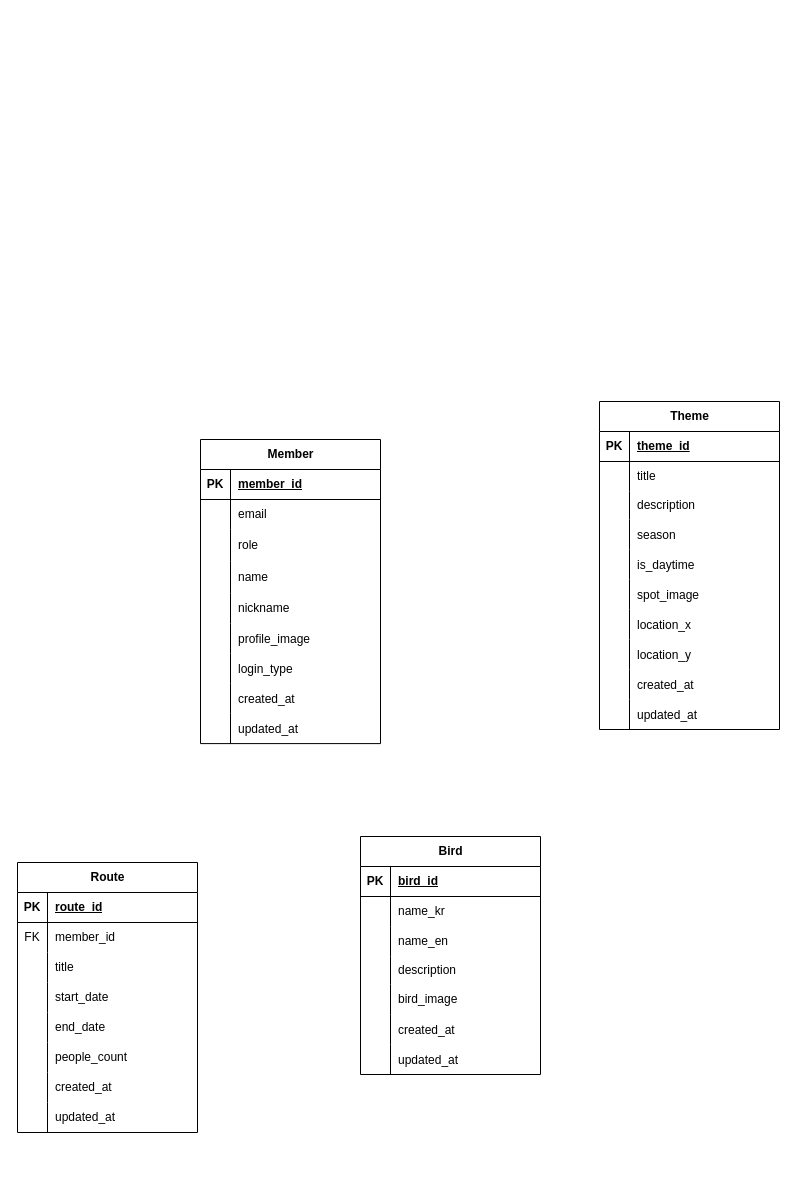
The draw.io diagram ShowingERD.drawio in 2025-Tourism-Data-Utilization-Contest/ERD, before the edit. Source tidied: cells renumbered, new cells numbered last; positions are measured from the earlier drawing's top-left corner, leaving out a move shared by most shapes. Both pictures are drawn from the tidied source at 100%, with x=0, y=0 at pixel (17, 401).
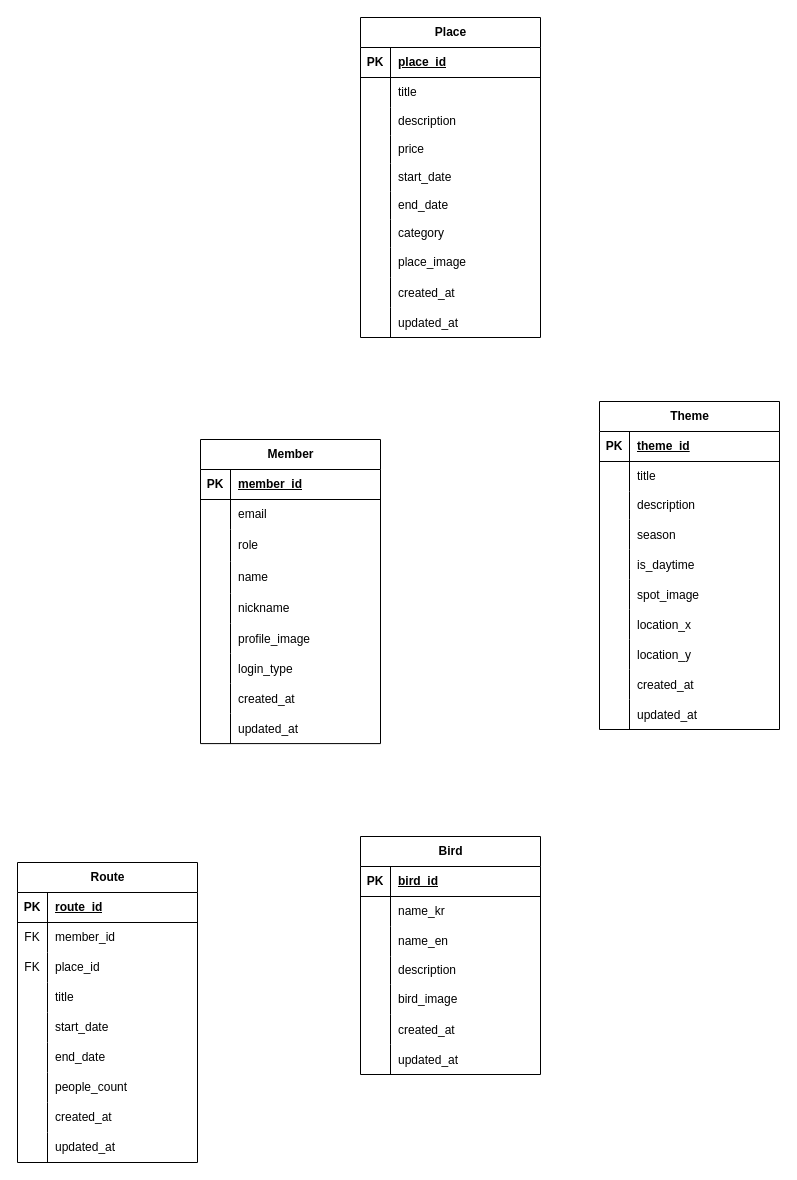
Above is the later version.

Commit message:
docs: 장소 테이블(Place) 추가

Change to the diagram source:
```diff
@@
     <mxCell id="55" value="Route" style="shape=table;startSize=30;childLayout=tableLayout;rowLines=0;fontStyle=1;align=center;html=1;" parent="1" vertex="1">
-      <mxGeometry y="461" width="180" height="270" as="geometry" />
+      <mxGeometry y="461" width="180" height="300" as="geometry" />
     </mxCell>
@@
+    <mxCell id="108" style="shape=tableRow;horizontal=0;startSize=0;swimlaneHead=0;swimlaneBody=0;fillColor=none;top=0;left=0;right=0;bottom=0;" parent="55" vertex="1">
+      <mxGeometry y="90" width="180" height="30" as="geometry" />
+    </mxCell>
+    <mxCell id="109" value="FK" style="shape=partialRectangle;fillColor=none;top=0;left=0;bottom=0;right=0;overflow=hidden;whiteSpace=wrap;html=1;" parent="108" vertex="1">
+      <mxGeometry width="30" height="30" as="geometry" />
+    </mxCell>
+    <mxCell id="110" value="place_id" style="shape=partialRectangle;fillColor=none;top=0;left=0;bottom=0;right=0;align=left;spacingLeft=6;overflow=hidden;whiteSpace=wrap;html=1;" parent="108" vertex="1">
+      <mxGeometry x="30" width="150" height="30" as="geometry" />
+    </mxCell>
     <mxCell id="62" style="shape=tableRow;horizontal=0;startSize=0;swimlaneHead=0;swimlaneBody=0;fillColor=none;top=0;left=0;right=0;bottom=0;" parent="55" vertex="1">
-      <mxGeometry y="90" width="180" height="30" as="geometry" />
+      <mxGeometry y="120" width="180" height="30" as="geometry" />
     </mxCell>
@@
     <mxCell id="65" style="shape=tableRow;horizontal=0;startSize=0;swimlaneHead=0;swimlaneBody=0;fillColor=none;top=0;left=0;right=0;bottom=0;" parent="55" vertex="1">
-      <mxGeometry y="120" width="180" height="30" as="geometry" />
+      <mxGeometry y="150" width="180" height="30" as="geometry" />
     </mxCell>
@@
     <mxCell id="68" style="shape=tableRow;horizontal=0;startSize=0;swimlaneHead=0;swimlaneBody=0;fillColor=none;top=0;left=0;right=0;bottom=0;" parent="55" vertex="1">
-      <mxGeometry y="150" width="180" height="30" as="geometry" />
+      <mxGeometry y="180" width="180" height="30" as="geometry" />
     </mxCell>
@@
     <mxCell id="71" style="shape=tableRow;horizontal=0;startSize=0;swimlaneHead=0;swimlaneBody=0;fillColor=none;top=0;left=0;right=0;bottom=0;" parent="55" vertex="1">
-      <mxGeometry y="180" width="180" height="30" as="geometry" />
+      <mxGeometry y="210" width="180" height="30" as="geometry" />
     </mxCell>
@@
     <mxCell id="74" style="shape=tableRow;horizontal=0;startSize=0;swimlaneHead=0;swimlaneBody=0;fillColor=none;top=0;left=0;right=0;bottom=0;" parent="55" vertex="1">
-      <mxGeometry y="210" width="180" height="30" as="geometry" />
+      <mxGeometry y="240" width="180" height="30" as="geometry" />
     </mxCell>
@@
     <mxCell id="77" style="shape=tableRow;horizontal=0;startSize=0;swimlaneHead=0;swimlaneBody=0;fillColor=none;top=0;left=0;right=0;bottom=0;" parent="55" vertex="1">
-      <mxGeometry y="240" width="180" height="30" as="geometry" />
+      <mxGeometry y="270" width="180" height="30" as="geometry" />
     </mxCell>
@@
+    <mxCell id="111" value="Place" style="shape=table;startSize=30;childLayout=tableLayout;rowLines=0;fontStyle=1;align=center;html=1;" parent="1" vertex="1">
+      <mxGeometry x="343" y="-384" width="180" height="320" as="geometry" />
+    </mxCell>
+    <mxCell id="112" style="shape=tableRow;horizontal=0;startSize=0;swimlaneHead=0;swimlaneBody=0;fillColor=none;top=0;left=0;right=0;bottom=1;" parent="111" vertex="1">
+      <mxGeometry y="30" width="180" height="30" as="geometry" />
+    </mxCell>
+    <mxCell id="113" value="PK" style="shape=partialRectangle;fillColor=none;top=0;left=0;bottom=0;right=0;fontStyle=1;overflow=hidden;whiteSpace=wrap;html=1;" parent="112" vertex="1">
+      <mxGeometry width="30" height="30" as="geometry" />
+    </mxCell>
+    <mxCell id="114" value="place_id" style="shape=partialRectangle;fillColor=none;top=0;left=0;bottom=0;right=0;align=left;spacingLeft=6;fontStyle=5;overflow=hidden;whiteSpace=wrap;html=1;" parent="112" vertex="1">
+      <mxGeometry x="30" width="150" height="30" as="geometry" />
+    </mxCell>
+    <mxCell id="115" style="shape=tableRow;horizontal=0;startSize=0;swimlaneHead=0;swimlaneBody=0;fillColor=none;top=0;left=0;right=0;bottom=0;" parent="111" vertex="1">
+      <mxGeometry y="60" width="180" height="30" as="geometry" />
+    </mxCell>
+    <mxCell id="116" style="shape=partialRectangle;fillColor=none;top=0;left=0;bottom=0;right=0;overflow=hidden;whiteSpace=wrap;html=1;" parent="115" vertex="1">
+      <mxGeometry width="30" height="30" as="geometry" />
+    </mxCell>
+    <mxCell id="117" value="title" style="shape=partialRectangle;fillColor=none;top=0;left=0;bottom=0;right=0;align=left;spacingLeft=6;overflow=hidden;whiteSpace=wrap;html=1;" parent="115" vertex="1">
+      <mxGeometry x="30" width="150" height="30" as="geometry" />
+    </mxCell>
+    <mxCell id="118" style="shape=tableRow;horizontal=0;startSize=0;swimlaneHead=0;swimlaneBody=0;fillColor=none;top=0;left=0;right=0;bottom=0;" parent="111" vertex="1">
+      <mxGeometry y="90" width="180" height="28" as="geometry" />
+    </mxCell>
+    <mxCell id="119" style="shape=partialRectangle;fillColor=none;top=0;left=0;bottom=0;right=0;overflow=hidden;whiteSpace=wrap;html=1;" parent="118" vertex="1">
+      <mxGeometry width="30" height="28" as="geometry" />
+    </mxCell>
+    <mxCell id="120" value="description" style="shape=partialRectangle;fillColor=none;top=0;left=0;bottom=0;right=0;align=left;spacingLeft=6;overflow=hidden;whiteSpace=wrap;html=1;" parent="118" vertex="1">
+      <mxGeometry x="30" width="150" height="28" as="geometry" />
+    </mxCell>
+    <mxCell id="121" style="shape=tableRow;horizontal=0;startSize=0;swimlaneHead=0;swimlaneBody=0;fillColor=none;top=0;left=0;right=0;bottom=0;" parent="111" vertex="1">
+      <mxGeometry y="118" width="180" height="28" as="geometry" />
+    </mxCell>
+    <mxCell id="122" style="shape=partialRectangle;fillColor=none;top=0;left=0;bottom=0;right=0;overflow=hidden;whiteSpace=wrap;html=1;" parent="121" vertex="1">
+      <mxGeometry width="30" height="28" as="geometry" />
+    </mxCell>
+    <mxCell id="123" value="price" style="shape=partialRectangle;fillColor=none;top=0;left=0;bottom=0;right=0;align=left;spacingLeft=6;overflow=hidden;whiteSpace=wrap;html=1;" parent="121" vertex="1">
+      <mxGeometry x="30" width="150" height="28" as="geometry" />
+    </mxCell>
+    <mxCell id="124" style="shape=tableRow;horizontal=0;startSize=0;swimlaneHead=0;swimlaneBody=0;fillColor=none;top=0;left=0;right=0;bottom=0;" parent="111" vertex="1">
+      <mxGeometry y="146" width="180" height="28" as="geometry" />
+    </mxCell>
+    <mxCell id="125" style="shape=partialRectangle;fillColor=none;top=0;left=0;bottom=0;right=0;overflow=hidden;whiteSpace=wrap;html=1;" parent="124" vertex="1">
+      <mxGeometry width="30" height="28" as="geometry" />
+    </mxCell>
+    <mxCell id="126" value="start_date" style="shape=partialRectangle;fillColor=none;top=0;left=0;bottom=0;right=0;align=left;spacingLeft=6;overflow=hidden;whiteSpace=wrap;html=1;" parent="124" vertex="1">
+      <mxGeometry x="30" width="150" height="28" as="geometry" />
+    </mxCell>
+    <mxCell id="127" style="shape=tableRow;horizontal=0;startSize=0;swimlaneHead=0;swimlaneBody=0;fillColor=none;top=0;left=0;right=0;bottom=0;" parent="111" vertex="1">
+      <mxGeometry y="174" width="180" height="28" as="geometry" />
+    </mxCell>
+    <mxCell id="128" style="shape=partialRectangle;fillColor=none;top=0;left=0;bottom=0;right=0;overflow=hidden;whiteSpace=wrap;html=1;" parent="127" vertex="1">
+      <mxGeometry width="30" height="28" as="geometry" />
+    </mxCell>
+    <mxCell id="129" value="end_date" style="shape=partialRectangle;fillColor=none;top=0;left=0;bottom=0;right=0;align=left;spacingLeft=6;overflow=hidden;whiteSpace=wrap;html=1;" parent="127" vertex="1">
+      <mxGeometry x="30" width="150" height="28" as="geometry" />
+    </mxCell>
+    <mxCell id="130" style="shape=tableRow;horizontal=0;startSize=0;swimlaneHead=0;swimlaneBody=0;fillColor=none;top=0;left=0;right=0;bottom=0;" parent="111" vertex="1">
+      <mxGeometry y="202" width="180" height="28" as="geometry" />
+    </mxCell>
+    <mxCell id="131" style="shape=partialRectangle;fillColor=none;top=0;left=0;bottom=0;right=0;overflow=hidden;whiteSpace=wrap;html=1;" parent="130" vertex="1">
+      <mxGeometry width="30" height="28" as="geometry" />
+    </mxCell>
+    <mxCell id="132" value="category" style="shape=partialRectangle;fillColor=none;top=0;left=0;bottom=0;right=0;align=left;spacingLeft=6;overflow=hidden;whiteSpace=wrap;html=1;" parent="130" vertex="1">
+      <mxGeometry x="30" width="150" height="28" as="geometry" />
+    </mxCell>
+    <mxCell id="133" style="shape=tableRow;horizontal=0;startSize=0;swimlaneHead=0;swimlaneBody=0;fillColor=none;top=0;left=0;right=0;bottom=0;" parent="111" vertex="1">
+      <mxGeometry y="230" width="180" height="30" as="geometry" />
+    </mxCell>
+    <mxCell id="134" style="shape=partialRectangle;fillColor=none;top=0;left=0;bottom=0;right=0;overflow=hidden;whiteSpace=wrap;html=1;" parent="133" vertex="1">
+      <mxGeometry width="30" height="30" as="geometry" />
+    </mxCell>
+    <mxCell id="135" value="place_image" style="shape=partialRectangle;fillColor=none;top=0;left=0;bottom=0;right=0;align=left;spacingLeft=6;overflow=hidden;whiteSpace=wrap;html=1;" parent="133" vertex="1">
+      <mxGeometry x="30" width="150" height="30" as="geometry" />
+    </mxCell>
+    <mxCell id="136" style="shape=tableRow;horizontal=0;startSize=0;swimlaneHead=0;swimlaneBody=0;fillColor=none;top=0;left=0;right=0;bottom=0;" parent="111" vertex="1">
+      <mxGeometry y="260" width="180" height="30" as="geometry" />
+    </mxCell>
+    <mxCell id="137" style="shape=partialRectangle;fillColor=none;top=0;left=0;bottom=0;right=0;overflow=hidden;" parent="136" vertex="1">
+      <mxGeometry width="30" height="30" as="geometry" />
+    </mxCell>
+    <mxCell id="138" value="created_at" style="shape=partialRectangle;fillColor=none;top=0;left=0;bottom=0;right=0;align=left;spacingLeft=6;overflow=hidden;" parent="136" vertex="1">
+      <mxGeometry x="30" width="150" height="30" as="geometry" />
+    </mxCell>
+    <mxCell id="139" style="shape=tableRow;horizontal=0;startSize=0;swimlaneHead=0;swimlaneBody=0;fillColor=none;top=0;left=0;right=0;bottom=0;" parent="111" vertex="1">
+      <mxGeometry y="290" width="180" height="30" as="geometry" />
+    </mxCell>
+    <mxCell id="140" style="shape=partialRectangle;fillColor=none;top=0;left=0;bottom=0;right=0;overflow=hidden;" parent="139" vertex="1">
+      <mxGeometry width="30" height="30" as="geometry" />
+    </mxCell>
+    <mxCell id="141" value="updated_at" style="shape=partialRectangle;fillColor=none;top=0;left=0;bottom=0;right=0;align=left;spacingLeft=6;overflow=hidden;" parent="139" vertex="1">
+      <mxGeometry x="30" width="150" height="30" as="geometry" />
+    </mxCell>
```
